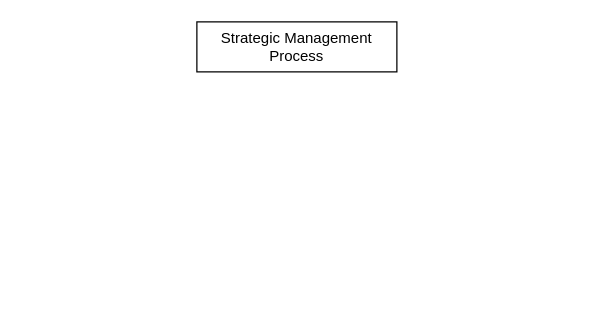
The draw.io diagram C3: Strategic Management Process.drawio in ShamanthMurali/INT-Strategic_Management, before the edit. Source tidied: cells renumbered, new cells numbered last; positions are measured from the earlier drawing's top-left corner, leaving out a move shared by most shapes. Both pictures are drawn from the tidied source at 125%, with x=0, y=0 at pixel (196, 21).
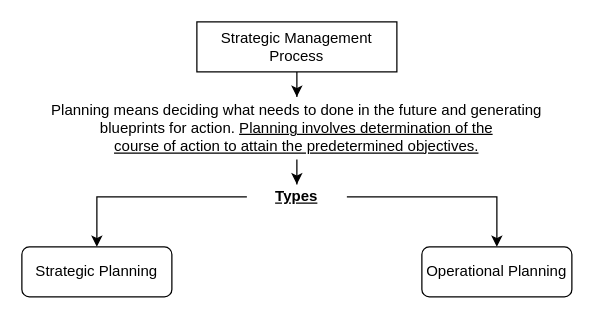
The same page after the edit.

What changed in the source:
```diff
@@
 <mxGraphModel>
   <root>
     <mxCell id="0" />
     <mxCell id="1" parent="0" />
+    <mxCell id="3" style="edgeStyle=orthogonalEdgeStyle;rounded=0;jettySize=auto;html=1;" parent="1" edge="1" source="2" target="5">
+      <mxGeometry relative="1" as="geometry" />
+    </mxCell>
     <mxCell id="2" value="Strategic Management Process" style="rounded=0;whiteSpace=wrap;html=1;" parent="1" vertex="1">
       <mxGeometry width="160" height="40" as="geometry" />
     </mxCell>
+    <mxCell id="4" style="edgeStyle=orthogonalEdgeStyle;rounded=0;jettySize=auto;html=1;" parent="1" edge="1" source="5" target="8">
+      <mxGeometry relative="1" as="geometry" />
+    </mxCell>
+    <mxCell id="5" value="Planning means deciding what needs to done in the future and generating blueprints for action. &lt;u&gt;Planning involves determination of the&lt;br&gt;course of action to attain the predetermined objectives.&lt;/u&gt;" style="text;html=1;strokeColor=none;fillColor=none;align=center;verticalAlign=middle;whiteSpace=wrap;rounded=0;" parent="1" vertex="1">
+      <mxGeometry x="-140" y="60" width="440" height="50" as="geometry" />
+    </mxCell>
+    <mxCell id="6" style="edgeStyle=orthogonalEdgeStyle;rounded=0;jettySize=auto;html=1;" parent="1" edge="1" source="8" target="10">
+      <mxGeometry relative="1" as="geometry" />
+    </mxCell>
+    <mxCell id="7" style="edgeStyle=orthogonalEdgeStyle;rounded=0;jettySize=auto;html=1;" parent="1" edge="1" source="8" target="9">
+      <mxGeometry relative="1" as="geometry" />
+    </mxCell>
+    <mxCell id="8" value="&lt;u&gt;&lt;b&gt;Types&lt;/b&gt;&lt;/u&gt;" style="text;html=1;strokeColor=none;fillColor=none;align=center;verticalAlign=middle;whiteSpace=wrap;rounded=0;" parent="1" vertex="1">
+      <mxGeometry x="40" y="130" width="80" height="20" as="geometry" />
+    </mxCell>
+    <mxCell id="9" value="Operational Planning" style="rounded=1;whiteSpace=wrap;html=1;" parent="1" vertex="1">
+      <mxGeometry x="180" y="180" width="120" height="40" as="geometry" />
+    </mxCell>
+    <mxCell id="10" value="Strategic Planning" style="rounded=1;whiteSpace=wrap;html=1;" parent="1" vertex="1">
+      <mxGeometry x="-140" y="180" width="120" height="40" as="geometry" />
+    </mxCell>
   </root>
 </mxGraphModel>
```
